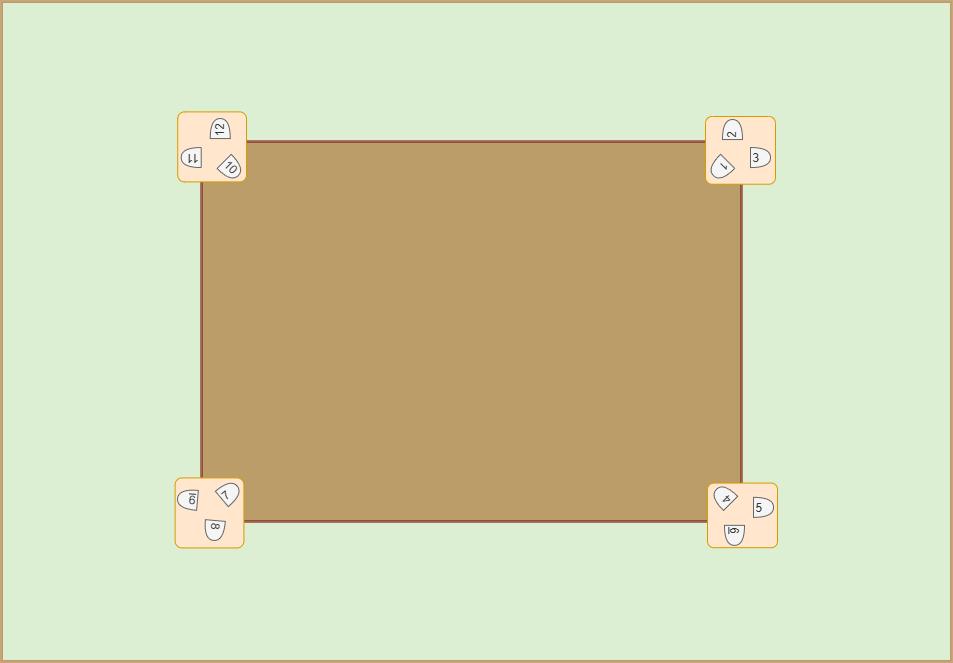
Above: figure/データビジュアル.png in ShouSawa/AnimalMiru (draw.io), before the change. Source tidied: cells renumbered, new cells last; positions are measured from the earlier drawing's top-left corner, leaving out a move shared by most shapes.
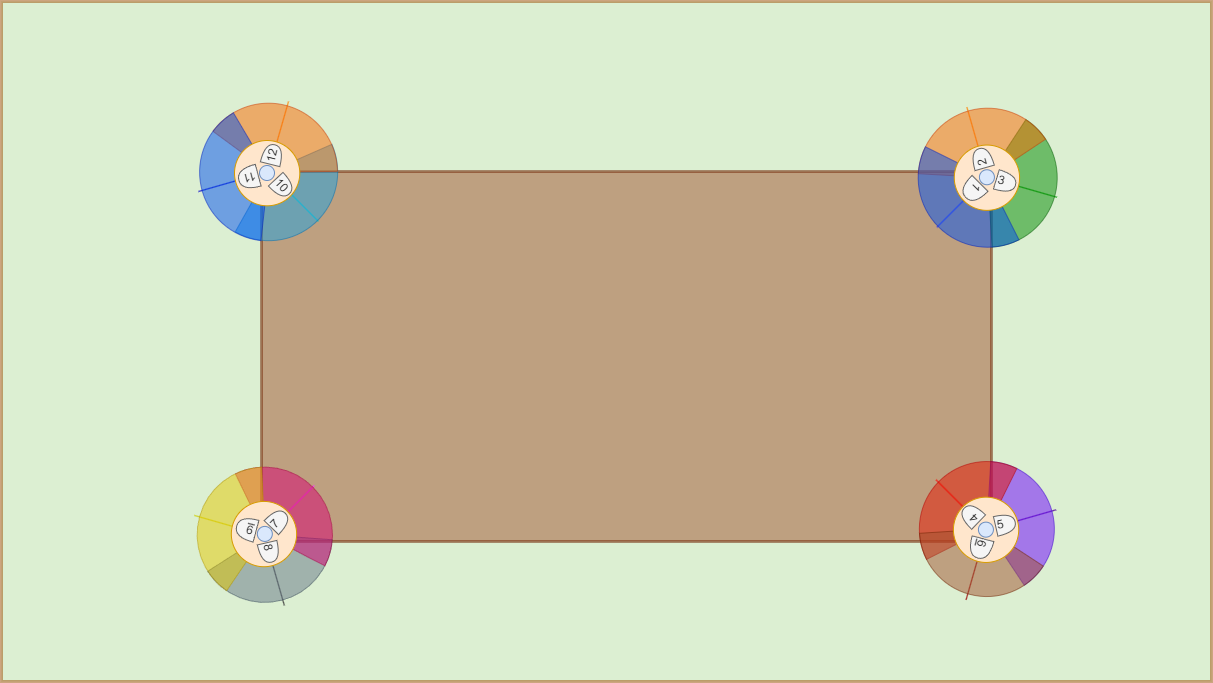
The same diagram one commit later.

What changed in the source:
```diff
@@ -2,71 +2,203 @@
   <root>
     <mxCell id="0" />
     <mxCell id="1" parent="0" />
-    <mxCell id="2" style="rounded=0;whiteSpace=wrap;html=1;fontSize=14;fillColor=#B9E0A5;opacity=50;strokeWidth=3;strokeColor=#994C00;" parent="1" vertex="1">
-      <mxGeometry width="950" height="660" as="geometry" />
-    </mxCell>
-    <mxCell id="3" style="rounded=0;whiteSpace=wrap;html=1;fontSize=14;fillColor=#994C00;opacity=50;strokeWidth=3;strokeColor=#6F0000;fontColor=#ffffff;" parent="1" vertex="1">
-      <mxGeometry x="200" y="140" width="540" height="380" as="geometry" />
-    </mxCell>
-    <mxCell id="4" style="rounded=1;whiteSpace=wrap;html=1;fillColor=#ffe6cc;strokeColor=#d79b00;arcSize=10;" parent="1" vertex="1">
-      <mxGeometry x="176.2" y="110.4" width="68.8" height="70" as="geometry" />
-    </mxCell>
-    <mxCell id="5" style="rounded=1;whiteSpace=wrap;html=1;fillColor=#ffe6cc;strokeColor=#d79b00;arcSize=10;" parent="1" vertex="1">
-      <mxGeometry x="704" y="115" width="70" height="67.7" as="geometry" />
-    </mxCell>
-    <mxCell id="6" style="rounded=1;whiteSpace=wrap;html=1;fillColor=#ffe6cc;strokeColor=#d79b00;arcSize=10;" parent="1" vertex="1">
-      <mxGeometry x="706" y="481.6" width="70" height="64.6" as="geometry" />
-    </mxCell>
-    <mxCell id="7" style="group;rotation=-135;" parent="1" vertex="1">
-      <mxGeometry x="700" y="123" width="68.3" height="59.7" as="geometry" />
-    </mxCell>
+    <mxCell id="24" style="rounded=0;whiteSpace=wrap;html=1;fontSize=14;fillColor=#B9E0A5;opacity=50;strokeWidth=3;strokeColor=#994C00;" parent="1" vertex="1">
+      <mxGeometry x="1060" y="790" width="1210" height="680" as="geometry" />
+    </mxCell>
+    <mxCell id="25" style="rounded=0;whiteSpace=wrap;html=1;fontSize=14;fillColor=#a0522d;opacity=50;strokeWidth=3;strokeColor=#6D1F00;fontColor=#ffffff;" parent="1" vertex="1">
+      <mxGeometry x="1320" y="960" width="730" height="370" as="geometry" />
+    </mxCell>
+    <mxCell id="26" style="endArrow=none;html=1;rounded=0;strokeColor=#FF0000;" parent="1" edge="1">
+      <mxGeometry relative="1" as="geometry">
+        <mxPoint x="1994.6" y="1268.3" as="sourcePoint" />
+        <mxPoint x="2044.6" y="1318.3" as="targetPoint" />
+      </mxGeometry>
+    </mxCell>
+    <mxCell id="27" style="endArrow=none;html=1;rounded=0;strokeColor=#4C0099;" parent="1" edge="1">
+      <mxGeometry relative="1" as="geometry">
+        <mxPoint x="2044.6" y="1318.3" as="sourcePoint" />
+        <mxPoint x="2114.6" y="1298.3" as="targetPoint" />
+      </mxGeometry>
+    </mxCell>
+    <mxCell id="28" style="endArrow=none;html=1;rounded=0;strokeColor=#990000;" parent="1" edge="1">
+      <mxGeometry relative="1" as="geometry">
+        <mxPoint x="2044.6" y="1318.3" as="sourcePoint" />
+        <mxPoint x="2024.6" y="1388.3" as="targetPoint" />
+      </mxGeometry>
+    </mxCell>
+    <mxCell id="29" style="verticalLabelPosition=bottom;verticalAlign=top;html=1;shape=mxgraph.basic.pie;startAngle=0.8507924086809412;endAngle=0.2482887224766688;fillColor=#6a00ff;strokeColor=#3700CC;opacity=50;rotation=57;fontColor=#ffffff;" parent="1" vertex="1">
+      <mxGeometry x="1977.8" y="1250" width="135.1" height="135.1" as="geometry" />
+    </mxCell>
+    <mxCell id="30" style="verticalLabelPosition=bottom;verticalAlign=top;html=1;shape=mxgraph.basic.pie;startAngle=0.8507924086809412;endAngle=0.2482887224766688;fillColor=#e51400;strokeColor=#B20000;opacity=50;rotation=-63;fontColor=#ffffff;" parent="1" vertex="1">
+      <mxGeometry x="1977.8" y="1250" width="135.1" height="135.1" as="geometry" />
+    </mxCell>
+    <mxCell id="31" style="verticalLabelPosition=bottom;verticalAlign=top;html=1;shape=mxgraph.basic.pie;startAngle=0.8507924086809412;endAngle=0.2482887224766688;fillColor=#a0522d;strokeColor=#6D1F00;opacity=50;rotation=-183;fontColor=#ffffff;" parent="1" vertex="1">
+      <mxGeometry x="1977.8" y="1250" width="135.1" height="135.1" as="geometry" />
+    </mxCell>
+    <mxCell id="32" style="ellipse;whiteSpace=wrap;html=1;fillColor=#dae8fc;strokeColor=#6c8ebf;" parent="1" vertex="1">
+      <mxGeometry x="2034.6" y="1308.3" width="20" height="20" as="geometry" />
+    </mxCell>
+    <mxCell id="33" style="group;flipH=0;flipV=0;direction=west;rotation=-30;" parent="1" vertex="1">
+      <mxGeometry x="2011.9" y="1285.6" width="65.3" height="65.3" as="geometry" />
+    </mxCell>
+    <mxCell id="34" style="ellipse;whiteSpace=wrap;html=1;fillColor=#ffe6cc;strokeColor=#d79b00;direction=east;rotation=-30;" parent="33" vertex="1">
+      <mxGeometry width="65.3" height="65.3" as="geometry" />
+    </mxCell>
+    <mxCell id="14" value="&lt;u&gt;6&lt;/u&gt;" style="shape=or;whiteSpace=wrap;html=1;rotation=-255;align=left;fillColor=#f5f5f5;strokeColor=#666666;fontColor=#333333;direction=east;" parent="33" vertex="1">
+      <mxGeometry x="17" y="40" width="20" height="22.5" as="geometry" />
+    </mxCell>
+    <mxCell id="12" value="4" style="shape=or;whiteSpace=wrap;html=1;rotation=224;align=left;fillColor=#f5f5f5;strokeColor=#666666;fontColor=#333333;direction=east;" parent="33" vertex="1">
+      <mxGeometry x="8" y="8" width="20" height="20" as="geometry" />
+    </mxCell>
+    <mxCell id="13" value="5" style="shape=or;whiteSpace=wrap;html=1;rotation=-13;align=left;fillColor=#f5f5f5;strokeColor=#666666;fontColor=#333333;direction=east;" parent="33" vertex="1">
+      <mxGeometry x="42" y="17" width="20" height="20" as="geometry" />
+    </mxCell>
+    <mxCell id="35" style="ellipse;whiteSpace=wrap;html=1;fillColor=#dae8fc;strokeColor=#6c8ebf;direction=east;rotation=-30;" parent="33" vertex="1">
+      <mxGeometry x="25" y="25" width="15" height="15" as="geometry" />
+    </mxCell>
+    <mxCell id="36" style="group;" parent="1" vertex="1">
+      <mxGeometry x="1950" y="870" width="192.4" height="192.4" as="geometry" />
+    </mxCell>
+    <mxCell id="37" style="endArrow=none;html=1;rounded=0;strokeColor=#3333FF;" parent="36" edge="1">
+      <mxGeometry relative="1" as="geometry">
+        <mxPoint x="45.4" y="145.7" as="sourcePoint" />
+        <mxPoint x="95.4" y="95.7" as="targetPoint" />
+      </mxGeometry>
+    </mxCell>
+    <mxCell id="38" style="endArrow=none;html=1;rounded=0;strokeColor=#009900;" parent="36" edge="1">
+      <mxGeometry relative="1" as="geometry">
+        <mxPoint x="95.4" y="95.7" as="sourcePoint" />
+        <mxPoint x="165.4" y="115.7" as="targetPoint" />
+      </mxGeometry>
+    </mxCell>
+    <mxCell id="39" style="endArrow=none;html=1;rounded=0;strokeColor=#FF8000;" parent="36" edge="1">
+      <mxGeometry relative="1" as="geometry">
+        <mxPoint x="75.4" y="25.7" as="sourcePoint" />
+        <mxPoint x="95.4" y="95.7" as="targetPoint" />
+      </mxGeometry>
+    </mxCell>
+    <mxCell id="40" style="verticalLabelPosition=bottom;verticalAlign=top;html=1;shape=mxgraph.basic.pie;startAngle=0.8507924086809412;endAngle=0.2482887224766688;fillColor=#008a00;strokeColor=#005700;opacity=50;rotation=87;fontColor=#ffffff;" parent="36" vertex="1">
+      <mxGeometry x="26.7" y="26.7" width="139.1" height="139.1" as="geometry" />
+    </mxCell>
+    <mxCell id="41" style="verticalLabelPosition=bottom;verticalAlign=top;html=1;shape=mxgraph.basic.pie;startAngle=0.8507924086809412;endAngle=0.2482887224766688;fillColor=#fa6800;strokeColor=#C73500;opacity=50;rotation=-33;fontColor=#000000;" parent="36" vertex="1">
+      <mxGeometry x="26.7" y="26.7" width="139.1" height="139.1" as="geometry" />
+    </mxCell>
+    <mxCell id="42" style="verticalLabelPosition=bottom;verticalAlign=top;html=1;shape=mxgraph.basic.pie;startAngle=0.8507924086809412;endAngle=0.2482887224766688;fillColor=#0050ef;strokeColor=#001DBC;opacity=50;rotation=-153;fontColor=#ffffff;" parent="36" vertex="1">
+      <mxGeometry x="26.7" y="26.7" width="139.1" height="139.1" as="geometry" />
+    </mxCell>
+    <mxCell id="43" style="ellipse;whiteSpace=wrap;html=1;fillColor=#ffe6cc;strokeColor=#d79b00;" parent="36" vertex="1">
+      <mxGeometry x="62.8" y="63.5" width="65.3" height="65.3" as="geometry" />
+    </mxCell>
-    <mxCell id="8" value="1" style="shape=or;whiteSpace=wrap;html=1;rotation=-225;align=left;fillColor=#f5f5f5;strokeColor=#666666;fontColor=#333333;" parent="7" vertex="1">
-      <mxGeometry x="9" y="34" width="20" height="20" as="geometry" />
+    <mxCell id="8" value="1" style="shape=or;whiteSpace=wrap;html=1;rotation=-225;align=left;fillColor=#f5f5f5;strokeColor=#666666;fontColor=#333333;" parent="36" vertex="1">
+      <mxGeometry x="71.4" y="97.7" width="20" height="22.5" as="geometry" />
     </mxCell>
-    <mxCell id="9" value="2" style="shape=or;whiteSpace=wrap;html=1;rotation=-90;align=left;fillColor=#f5f5f5;strokeColor=#666666;fontColor=#333333;" parent="7" vertex="1">
-      <mxGeometry x="21" y="-5" width="20" height="20" as="geometry" />
+    <mxCell id="9" value="2" style="shape=or;whiteSpace=wrap;html=1;rotation=254;align=left;fillColor=#f5f5f5;strokeColor=#666666;fontColor=#333333;" parent="36" vertex="1">
+      <mxGeometry x="80.4" y="66.7" width="20" height="20" as="geometry" />
     </mxCell>
-    <mxCell id="10" value="3" style="shape=or;whiteSpace=wrap;html=1;rotation=0;align=left;fillColor=#f5f5f5;strokeColor=#666666;fontColor=#333333;" parent="7" vertex="1">
-      <mxGeometry x="49" y="23" width="20" height="20" as="geometry" />
+    <mxCell id="10" value="3" style="shape=or;whiteSpace=wrap;html=1;rotation=17;align=left;fillColor=#f5f5f5;strokeColor=#666666;fontColor=#333333;" parent="36" vertex="1">
+      <mxGeometry x="104.4" y="90.7" width="20" height="20" as="geometry" />
     </mxCell>
-    <mxCell id="11" style="group;rotation=-45;" parent="1" vertex="1">
-      <mxGeometry x="702" y="478.9" width="68.3" height="59.7" as="geometry" />
-    </mxCell>
-    <mxCell id="12" value="4" style="shape=or;whiteSpace=wrap;html=1;rotation=-135;align=left;fillColor=#f5f5f5;strokeColor=#666666;fontColor=#333333;" parent="11" vertex="1">
-      <mxGeometry x="10" y="6" width="20" height="20" as="geometry" />
-    </mxCell>
-    <mxCell id="13" value="5" style="shape=or;whiteSpace=wrap;html=1;rotation=0;align=left;fillColor=#f5f5f5;strokeColor=#666666;fontColor=#333333;" parent="11" vertex="1">
-      <mxGeometry x="50" y="17" width="20" height="20" as="geometry" />
-    </mxCell>
-    <mxCell id="14" value="&lt;u&gt;6&lt;/u&gt;" style="shape=or;whiteSpace=wrap;html=1;rotation=90;align=left;fillColor=#f5f5f5;strokeColor=#666666;fontColor=#333333;" parent="11" vertex="1">
-      <mxGeometry x="21" y="45" width="20" height="20" as="geometry" />
-    </mxCell>
-    <mxCell id="15" style="group;rotation=-225;" parent="1" vertex="1">
-      <mxGeometry x="181.7" y="123" width="68.3" height="59.7" as="geometry" />
-    </mxCell>
-    <mxCell id="16" value="10" style="shape=or;whiteSpace=wrap;html=1;rotation=-315;align=left;fillColor=#f5f5f5;strokeColor=#666666;fontColor=#333333;" parent="15" vertex="1">
-      <mxGeometry x="38" y="34" width="20" height="20" as="geometry" />
-    </mxCell>
+    <mxCell id="44" style="ellipse;whiteSpace=wrap;html=1;fillColor=#dae8fc;strokeColor=#6c8ebf;" parent="36" vertex="1">
+      <mxGeometry x="87.9" y="88.2" width="15" height="15" as="geometry" />
+    </mxCell>
+    <mxCell id="45" style="endArrow=none;html=1;rounded=0;strokeColor=#00CCCC;" parent="1" edge="1">
+      <mxGeometry relative="1" as="geometry">
+        <mxPoint x="1327" y="960" as="sourcePoint" />
+        <mxPoint x="1377" y="1010" as="targetPoint" />
+      </mxGeometry>
+    </mxCell>
+    <mxCell id="46" style="endArrow=none;html=1;rounded=0;strokeColor=#FF8000;" parent="1" edge="1">
+      <mxGeometry relative="1" as="geometry">
+        <mxPoint x="1347" y="890" as="sourcePoint" />
+        <mxPoint x="1327" y="960" as="targetPoint" />
+      </mxGeometry>
+    </mxCell>
+    <mxCell id="47" style="endArrow=none;html=1;rounded=0;strokeColor=#0000CC;" parent="1" edge="1">
+      <mxGeometry relative="1" as="geometry">
+        <mxPoint x="1257" y="980" as="sourcePoint" />
+        <mxPoint x="1327" y="960" as="targetPoint" />
+      </mxGeometry>
+    </mxCell>
+    <mxCell id="48" style="verticalLabelPosition=bottom;verticalAlign=top;html=1;shape=mxgraph.basic.pie;startAngle=0.8507924086809412;endAngle=0.2482887224766688;fillColor=#1ba1e2;strokeColor=#006EAF;opacity=50;rotation=120;fontColor=#ffffff;" parent="1" vertex="1">
+      <mxGeometry x="1258.7" y="891.7" width="137.5" height="137.5" as="geometry" />
+    </mxCell>
+    <mxCell id="49" style="verticalLabelPosition=bottom;verticalAlign=top;html=1;shape=mxgraph.basic.pie;startAngle=0.8507924086809412;endAngle=0.2482887224766688;fillColor=#fa6800;strokeColor=#C73500;opacity=50;rotation=0;fontColor=#000000;" parent="1" vertex="1">
+      <mxGeometry x="1258.1" y="891.7" width="137.8" height="137.8" as="geometry" />
+    </mxCell>
+    <mxCell id="50" style="verticalLabelPosition=bottom;verticalAlign=top;html=1;shape=mxgraph.basic.pie;startAngle=0.8507924086809412;endAngle=0.2482887224766688;fillColor=#0050ef;strokeColor=#001DBC;opacity=50;rotation=-120;fontColor=#ffffff;" parent="1" vertex="1">
+      <mxGeometry x="1258.1" y="891.7" width="137.8" height="137.8" as="geometry" />
+    </mxCell>
+    <mxCell id="51" style="ellipse;whiteSpace=wrap;html=1;fillColor=#dae8fc;strokeColor=#6c8ebf;" parent="1" vertex="1">
+      <mxGeometry x="1317" y="950" width="20" height="20" as="geometry" />
+    </mxCell>
+    <mxCell id="52" style="group;flipH=0;flipV=0;direction=west;rotation=37;" parent="1" vertex="1">
+      <mxGeometry x="1293" y="929" width="65.3" height="65.3" as="geometry" />
+    </mxCell>
+    <mxCell id="53" style="ellipse;whiteSpace=wrap;html=1;fillColor=#ffe6cc;strokeColor=#d79b00;direction=east;rotation=30;" parent="52" vertex="1">
+      <mxGeometry width="65.3" height="65.3" as="geometry" />
+    </mxCell>
-    <mxCell id="17" value="11" style="shape=or;whiteSpace=wrap;html=1;rotation=-180;align=left;fillColor=#f5f5f5;strokeColor=#666666;fontColor=#333333;" parent="15" vertex="1">
-      <mxGeometry x="-2" y="23" width="20" height="20" as="geometry" />
+    <mxCell id="17" value="11" style="shape=or;whiteSpace=wrap;html=1;rotation=-195;align=left;fillColor=#f5f5f5;strokeColor=#666666;fontColor=#333333;direction=east;" parent="52" vertex="1">
+      <mxGeometry x="4" y="26" width="20" height="22.5" as="geometry" />
     </mxCell>
-    <mxCell id="18" value="12" style="shape=or;whiteSpace=wrap;html=1;rotation=-90;align=left;fillColor=#f5f5f5;strokeColor=#666666;fontColor=#333333;" parent="15" vertex="1">
-      <mxGeometry x="27" y="-6" width="20" height="20" as="geometry" />
+    <mxCell id="18" value="12" style="shape=or;whiteSpace=wrap;html=1;rotation=284;align=left;fillColor=#f5f5f5;strokeColor=#666666;fontColor=#333333;direction=east;" parent="52" vertex="1">
+      <mxGeometry x="28" y="4" width="20" height="20" as="geometry" />
     </mxCell>
-    <mxCell id="19" style="rounded=1;whiteSpace=wrap;html=1;fillColor=#ffe6cc;strokeColor=#d79b00;arcSize=10;" parent="1" vertex="1">
-      <mxGeometry x="173.6" y="476.4" width="68.8" height="70" as="geometry" />
-    </mxCell>
-    <mxCell id="20" style="group;rotation=50;" parent="1" vertex="1">
-      <mxGeometry x="180" y="470" width="68.3" height="64.8" as="geometry" />
-    </mxCell>
+    <mxCell id="16" value="10" style="shape=or;whiteSpace=wrap;html=1;rotation=47;align=left;fillColor=#f5f5f5;strokeColor=#666666;fontColor=#333333;direction=east;" parent="52" vertex="1">
+      <mxGeometry x="38" y="36" width="20" height="20" as="geometry" />
+    </mxCell>
+    <mxCell id="54" style="ellipse;whiteSpace=wrap;html=1;fillColor=#dae8fc;strokeColor=#6c8ebf;direction=east;rotation=30;" parent="52" vertex="1">
+      <mxGeometry x="25" y="25" width="15" height="15" as="geometry" />
+    </mxCell>
+    <mxCell id="55" style="group;" parent="1" vertex="1">
+      <mxGeometry x="1230" y="1230" width="186.6" height="186.5" as="geometry" />
+    </mxCell>
+    <mxCell id="56" style="endArrow=none;html=1;rounded=0;strokeColor=#FF33FF;" parent="55" edge="1">
+      <mxGeometry relative="1" as="geometry">
+        <mxPoint x="92.8" y="93.9" as="sourcePoint" />
+        <mxPoint x="142.8" y="43.9" as="targetPoint" />
+      </mxGeometry>
+    </mxCell>
+    <mxCell id="57" style="endArrow=none;html=1;rounded=0;strokeColor=#CCCC00;" parent="55" edge="1">
+      <mxGeometry relative="1" as="geometry">
+        <mxPoint x="22.8" y="73.9" as="sourcePoint" />
+        <mxPoint x="92.8" y="93.9" as="targetPoint" />
+      </mxGeometry>
+    </mxCell>
+    <mxCell id="58" style="endArrow=none;html=1;rounded=0;strokeColor=#333333;" parent="55" edge="1">
+      <mxGeometry relative="1" as="geometry">
+        <mxPoint x="92.8" y="93.9" as="sourcePoint" />
+        <mxPoint x="112.8" y="163.9" as="targetPoint" />
+      </mxGeometry>
+    </mxCell>
+    <mxCell id="59" style="verticalLabelPosition=bottom;verticalAlign=top;html=1;shape=mxgraph.basic.pie;startAngle=0.8507924086809412;endAngle=0.2482887224766688;fillColor=#647687;strokeColor=#314354;opacity=50;rotation=148;fontColor=#ffffff;" parent="55" vertex="1">
+      <mxGeometry x="25.5" y="25.6" width="135.5" height="135.2" as="geometry" />
+    </mxCell>
+    <mxCell id="60" style="verticalLabelPosition=bottom;verticalAlign=top;html=1;shape=mxgraph.basic.pie;startAngle=0.8507924086809412;endAngle=0.2482887224766688;fillColor=#d80073;strokeColor=#A50040;opacity=50;rotation=28;fontColor=#ffffff;" parent="55" vertex="1">
+      <mxGeometry x="25.5" y="25.6" width="135.5" height="135.2" as="geometry" />
+    </mxCell>
+    <mxCell id="61" style="verticalLabelPosition=bottom;verticalAlign=top;html=1;shape=mxgraph.basic.pie;startAngle=0.8507924086809412;endAngle=0.2482887224766688;fillColor=#e3c800;strokeColor=#B09500;opacity=50;rotation=-92;fontColor=#000000;" parent="55" vertex="1">
+      <mxGeometry x="25.5" y="25.6" width="135.5" height="135.2" as="geometry" />
+    </mxCell>
+    <mxCell id="62" style="ellipse;whiteSpace=wrap;html=1;fillColor=#dae8fc;strokeColor=#6c8ebf;" parent="55" vertex="1">
+      <mxGeometry x="82.8" y="83.9" width="20" height="20" as="geometry" />
+    </mxCell>
+    <mxCell id="63" style="group;flipH=0;flipV=0;direction=west;rotation=60;" parent="55" vertex="1">
+      <mxGeometry x="59.8" y="59.9" width="65.3" height="65.3" as="geometry" />
+    </mxCell>
+    <mxCell id="64" style="ellipse;whiteSpace=wrap;html=1;fillColor=#ffe6cc;strokeColor=#d79b00;direction=east;rotation=135;" parent="63" vertex="1">
+      <mxGeometry width="65.3" height="65.3" as="geometry" />
+    </mxCell>
+    <mxCell id="23" value="&lt;u&gt;9&lt;/u&gt;" style="shape=or;whiteSpace=wrap;html=1;rotation=-165;align=left;fillColor=#f5f5f5;strokeColor=#666666;fontColor=#333333;direction=east;" parent="63" vertex="1">
+      <mxGeometry x="5" y="16" width="20" height="22.5" as="geometry" />
+    </mxCell>
-    <mxCell id="21" value="7" style="shape=or;whiteSpace=wrap;html=1;rotation=-40;align=left;fillColor=#f5f5f5;strokeColor=#666666;fontColor=#333333;" parent="20" vertex="1">
-      <mxGeometry x="38" y="11" width="20" height="20" as="geometry" />
+    <mxCell id="21" value="7" style="shape=or;whiteSpace=wrap;html=1;rotation=314;align=left;fillColor=#f5f5f5;strokeColor=#666666;fontColor=#333333;direction=east;" parent="63" vertex="1">
+      <mxGeometry x="37" y="9" width="20" height="20" as="geometry" />
     </mxCell>
-    <mxCell id="22" value="8" style="shape=or;whiteSpace=wrap;html=1;rotation=95;align=left;fillColor=#f5f5f5;strokeColor=#666666;fontColor=#333333;" parent="20" vertex="1">
-      <mxGeometry x="23" y="49" width="20" height="20" as="geometry" />
+    <mxCell id="22" value="8" style="shape=or;whiteSpace=wrap;html=1;rotation=77;align=left;fillColor=#f5f5f5;strokeColor=#666666;fontColor=#333333;direction=east;" parent="63" vertex="1">
+      <mxGeometry x="28" y="41" width="20" height="20" as="geometry" />
     </mxCell>
-    <mxCell id="23" value="&lt;u&gt;9&lt;/u&gt;" style="shape=or;whiteSpace=wrap;html=1;rotation=185;align=left;fillColor=#f5f5f5;strokeColor=#666666;fontColor=#333333;" parent="20" vertex="1">
-      <mxGeometry x="-4" y="18" width="20" height="20" as="geometry" />
-    </mxCell>
+    <mxCell id="65" style="ellipse;whiteSpace=wrap;html=1;fillColor=#dae8fc;strokeColor=#6c8ebf;direction=east;rotation=60;" parent="63" vertex="1">
+      <mxGeometry x="26" y="25" width="15" height="15" as="geometry" />
+    </mxCell>
   </root>
 </mxGraphModel>
```
